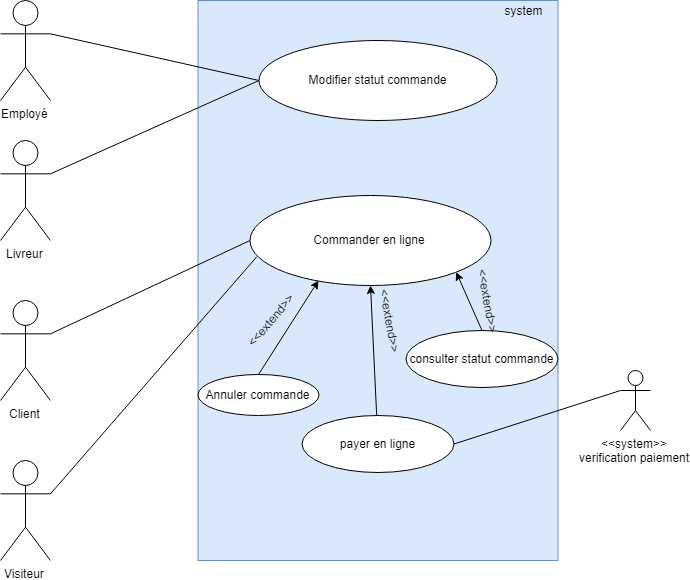
This is uml/commande.png from Mcflan-7/P04_oc-pizza, a draw.io export, as it was before one commit. Source tidied: cells renumbered, new cells last; positions are measured from the earlier drawing's top-left corner, leaving out a move shared by most shapes.
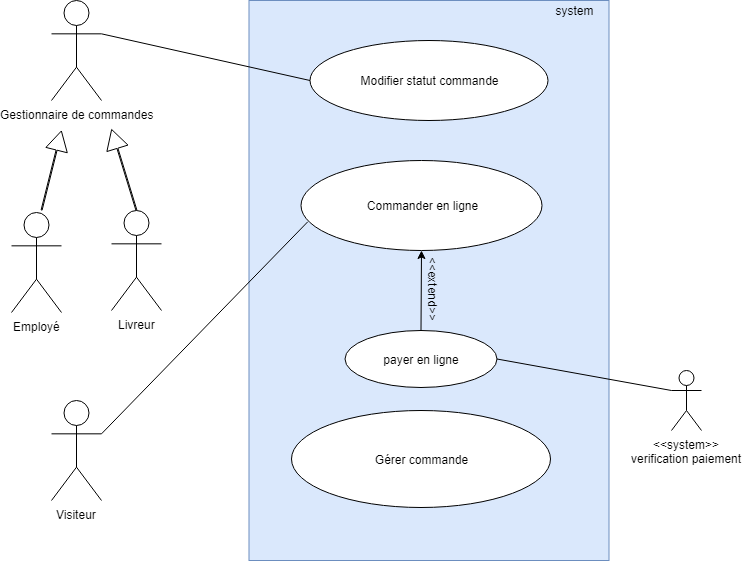
After the commit.

Commit message:
ajout cycle commande et commentaires thierry

Change to the diagram source:
```diff
@@ -9,52 +9,32 @@
       <mxGeometry x="487.5" width="70" height="20" as="geometry" />
     </mxCell>
     <mxCell id="4" value="Livreur" style="shape=umlActor;verticalLabelPosition=bottom;labelBackgroundColor=#ffffff;verticalAlign=top;html=1;outlineConnect=0;" parent="1" vertex="1">
-      <mxGeometry y="140" width="50" height="100" as="geometry" />
+      <mxGeometry x="60" y="210" width="50" height="100" as="geometry" />
     </mxCell>
-    <mxCell id="5" value="consulter statut commande" style="ellipse;whiteSpace=wrap;html=1;" parent="1" vertex="1">
-      <mxGeometry x="405.5" y="330" width="152" height="57" as="geometry" />
+    <mxCell id="5" value="Gérer commande" style="ellipse;whiteSpace=wrap;html=1;" parent="1" vertex="1">
+      <mxGeometry x="240" y="410" width="259" height="97" as="geometry" />
     </mxCell>
     <mxCell id="6" value="Modifier statut commande" style="ellipse;whiteSpace=wrap;html=1;" parent="1" vertex="1">
       <mxGeometry x="258.5" y="40" width="238" height="80" as="geometry" />
     </mxCell>
-    <mxCell id="7" value="Employé" style="shape=umlActor;verticalLabelPosition=bottom;labelBackgroundColor=#ffffff;verticalAlign=top;html=1;outlineConnect=0;" parent="1" vertex="1">
+    <mxCell id="7" value="Gestionnaire de commandes" style="shape=umlActor;verticalLabelPosition=bottom;labelBackgroundColor=#ffffff;verticalAlign=top;html=1;outlineConnect=0;" parent="1" vertex="1">
       <mxGeometry width="50" height="100" as="geometry" />
     </mxCell>
-    <mxCell id="8" value="Annuler commande" style="ellipse;whiteSpace=wrap;html=1;" parent="1" vertex="1">
-      <mxGeometry x="197.5" y="374" width="121" height="41" as="geometry" />
-    </mxCell>
-    <mxCell id="9" value="Client" style="shape=umlActor;verticalLabelPosition=bottom;labelBackgroundColor=#ffffff;verticalAlign=top;html=1;outlineConnect=0;" parent="1" vertex="1">
-      <mxGeometry y="300" width="50" height="100" as="geometry" />
-    </mxCell>
     <mxCell id="10" value="Visiteur" style="shape=umlActor;verticalLabelPosition=bottom;labelBackgroundColor=#ffffff;verticalAlign=top;html=1;outlineConnect=0;" parent="1" vertex="1">
-      <mxGeometry y="460" width="50" height="100" as="geometry" />
+      <mxGeometry y="400" width="50" height="100" as="geometry" />
     </mxCell>
     <mxCell id="11" value="Commander en ligne" style="ellipse;whiteSpace=wrap;html=1;" parent="1" vertex="1">
-      <mxGeometry x="249.5" y="195" width="241" height="90" as="geometry" />
+      <mxGeometry x="249.5" y="160" width="241" height="90" as="geometry" />
     </mxCell>
     <mxCell id="12" style="endArrow=none;html=1;strokeColor=#000000;strokeWidth=1;exitX=1;exitY=0.3333333333333333;exitDx=0;exitDy=0;exitPerimeter=0;entryX=0;entryY=0.5;entryDx=0;entryDy=0;" parent="1" edge="1" source="7" target="6">
       <mxGeometry relative="1" as="geometry" />
     </mxCell>
-    <mxCell id="13" style="endArrow=none;html=1;strokeColor=#000000;strokeWidth=1;exitX=1;exitY=0.3333333333333333;exitDx=0;exitDy=0;exitPerimeter=0;entryX=0;entryY=0.5;entryDx=0;entryDy=0;" parent="1" edge="1" source="4" target="6">
-      <mxGeometry relative="1" as="geometry" />
-    </mxCell>
     <mxCell id="14" value="payer en ligne" style="ellipse;whiteSpace=wrap;html=1;" parent="1" vertex="1">
-      <mxGeometry x="301.5" y="415" width="152" height="57" as="geometry" />
+      <mxGeometry x="293.5" y="330" width="152" height="57" as="geometry" />
     </mxCell>
-    <mxCell id="15" style="endArrow=none;html=1;strokeColor=#000000;strokeWidth=1;exitX=1;exitY=0.3333333333333333;exitDx=0;exitDy=0;exitPerimeter=0;entryX=0;entryY=0.5;entryDx=0;entryDy=0;" parent="1" edge="1" source="9" target="11">
-      <mxGeometry relative="1" as="geometry" />
-    </mxCell>
     <mxCell id="16" style="endArrow=none;html=1;strokeColor=#000000;strokeWidth=1;exitX=1;exitY=0.3333333333333333;exitDx=0;exitDy=0;exitPerimeter=0;entryX=0.028;entryY=0.681;entryDx=0;entryDy=0;entryPerimeter=0;" parent="1" edge="1" source="10" target="11">
       <mxGeometry relative="1" as="geometry" />
     </mxCell>
-    <mxCell id="17" style="endArrow=classic;html=1;strokeColor=#000000;strokeWidth=1;exitX=0.5;exitY=0;exitDx=0;exitDy=0;endFill=1;" parent="1" edge="1" source="8">
-      <mxGeometry relative="1" as="geometry">
-        <mxPoint x="318" y="280" as="targetPoint" />
-      </mxGeometry>
-    </mxCell>
-    <mxCell id="18" style="endArrow=classic;html=1;strokeColor=#000000;strokeWidth=1;exitX=0.5;exitY=0;exitDx=0;exitDy=0;entryX=1;entryY=1;entryDx=0;entryDy=0;endFill=1;" parent="1" edge="1" source="5" target="11">
-      <mxGeometry relative="1" as="geometry" />
-    </mxCell>
     <mxCell id="19" style="endArrow=classic;html=1;strokeColor=#000000;strokeWidth=1;entryX=0.5;entryY=1;entryDx=0;entryDy=0;endFill=1;" parent="1" edge="1" source="14" target="11">
       <mxGeometry relative="1" as="geometry" />
     </mxCell>
@@ -64,14 +44,22 @@
     <mxCell id="21" style="endArrow=none;html=1;strokeColor=#000000;strokeWidth=1;entryX=0;entryY=0.3333333333333333;entryDx=0;entryDy=0;entryPerimeter=0;exitX=1;exitY=0.5;exitDx=0;exitDy=0;" parent="1" edge="1" source="14" target="20">
       <mxGeometry relative="1" as="geometry" />
     </mxCell>
-    <mxCell id="22" value="&amp;lt;&amp;lt;extend&amp;gt;&amp;gt;" style="text;html=1;strokeColor=none;fillColor=none;align=center;verticalAlign=middle;whiteSpace=wrap;rounded=0;rotation=80;" parent="1" vertex="1">
-      <mxGeometry x="467.5" y="290" width="40" height="20" as="geometry" />
-    </mxCell>
-    <mxCell id="23" value="&amp;lt;&amp;lt;extend&amp;gt;&amp;gt;" style="text;html=1;strokeColor=none;fillColor=none;align=center;verticalAlign=middle;whiteSpace=wrap;rounded=0;rotation=80;" parent="1" vertex="1">
-      <mxGeometry x="370" y="310" width="40" height="20" as="geometry" />
+    <mxCell id="23" value="&amp;lt;&amp;lt;extend&amp;gt;&amp;gt;" style="text;html=1;strokeColor=none;fillColor=none;align=center;verticalAlign=middle;whiteSpace=wrap;rounded=0;rotation=90;" parent="1" vertex="1">
+      <mxGeometry x="362" y="277.5" width="40" height="20" as="geometry" />
     </mxCell>
-    <mxCell id="24" value="&amp;lt;&amp;lt;extend&amp;gt;&amp;gt;" style="text;html=1;strokeColor=none;fillColor=none;align=center;verticalAlign=middle;whiteSpace=wrap;rounded=0;rotation=-50;" parent="1" vertex="1">
-      <mxGeometry x="249.5" y="310" width="40" height="20" as="geometry" />
-    </mxCell>
+    <mxCell id="25" value="Employé" style="shape=umlActor;verticalLabelPosition=bottom;labelBackgroundColor=#ffffff;verticalAlign=top;html=1;" parent="1" vertex="1">
+      <mxGeometry x="-40" y="212" width="50" height="100" as="geometry" />
+    </mxCell>
+    <mxCell id="26" style="shape=flexArrow;endArrow=classic;html=1;width=1;endSize=6.23;exitX=0.5;exitY=0;exitDx=0;exitDy=0;exitPerimeter=0;" parent="1" edge="1" source="4">
+      <mxGeometry relative="1" as="geometry">
+        <mxPoint x="60" y="128.5" as="targetPoint" />
+      </mxGeometry>
+    </mxCell>
+    <mxCell id="27" style="shape=flexArrow;endArrow=classic;html=1;width=1;endSize=6.23;" parent="1" edge="1">
+      <mxGeometry relative="1" as="geometry">
+        <mxPoint x="-10" y="210" as="sourcePoint" />
+        <mxPoint x="10" y="130" as="targetPoint" />
+      </mxGeometry>
+    </mxCell>
   </root>
 </mxGraphModel>
```
